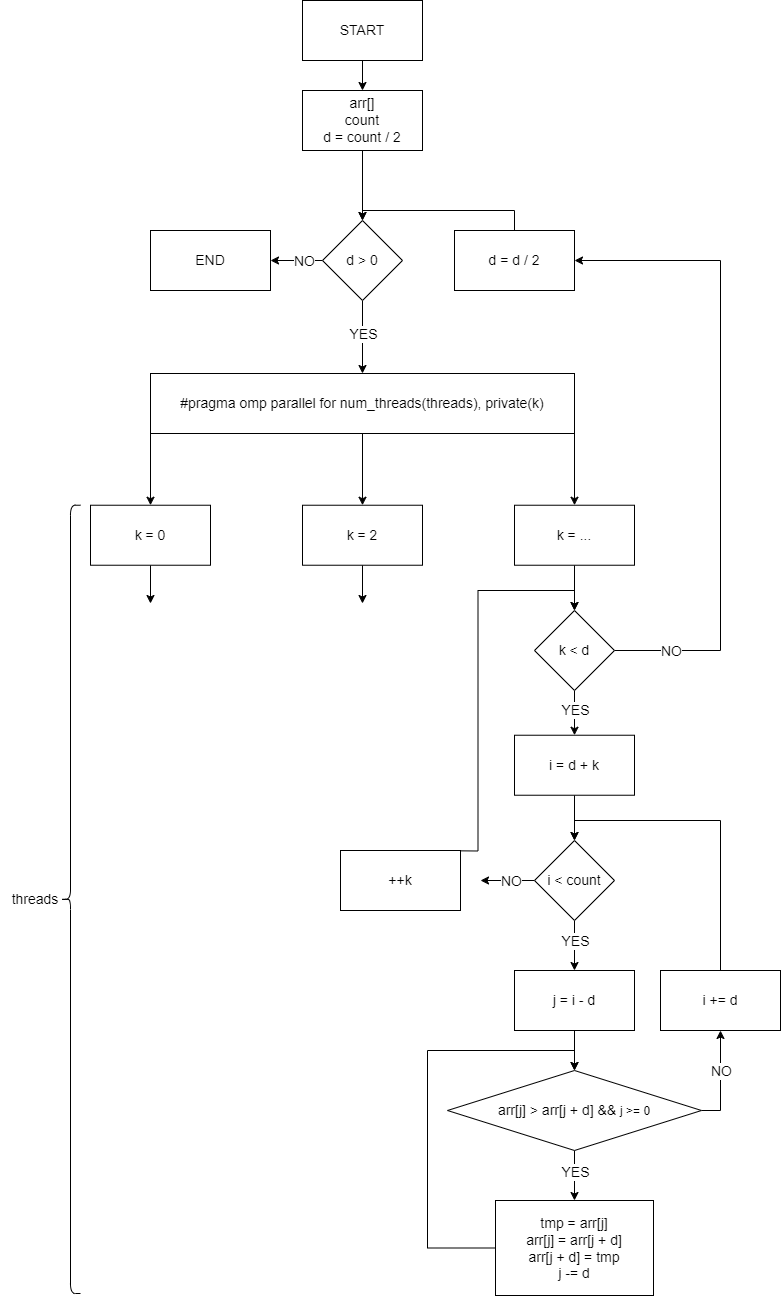
Before: diagram/parallel.png, a diagram exported from draw.io (KATEHOK/par_prog-3). Source tidied: cells renumbered, new cells last; positions are measured from the earlier drawing's top-left corner, leaving out a move shared by most shapes.
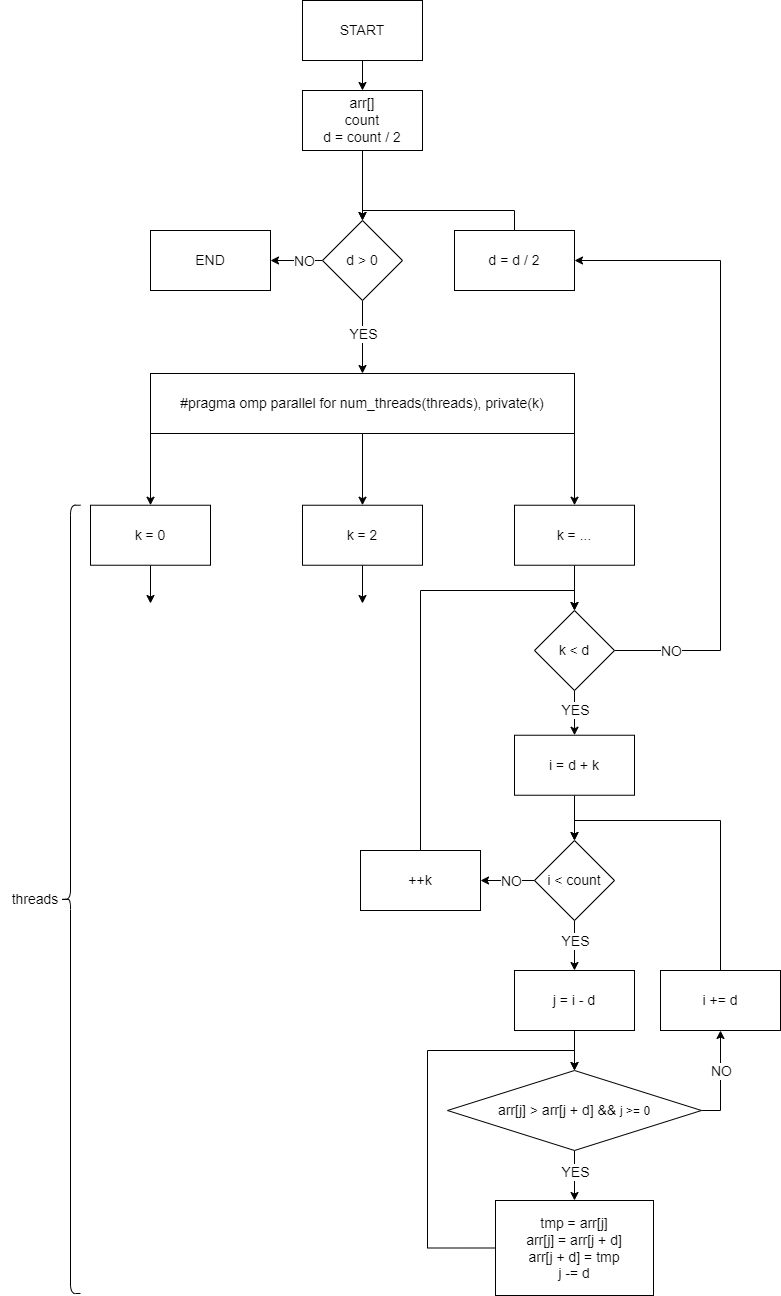
The same diagram one commit later.

The edit, as a diff of the source:
```diff
@@ -91,10 +91,8 @@
         <mxPoint x="3" as="offset" />
       </mxGeometry>
     </mxCell>
-    <mxCell id="25" style="edgeStyle=orthogonalEdgeStyle;rounded=0;jettySize=auto;html=1;entryX=1;entryY=0.5;entryDx=0;entryDy=0;exitX=0;exitY=0.5;exitDx=0;exitDy=0;" parent="1" edge="1" source="27">
-      <mxGeometry relative="1" as="geometry">
-        <mxPoint x="480" y="880" as="targetPoint" />
-      </mxGeometry>
+    <mxCell id="25" style="edgeStyle=orthogonalEdgeStyle;rounded=0;jettySize=auto;html=1;entryX=1;entryY=0.5;entryDx=0;entryDy=0;exitX=0;exitY=0.5;exitDx=0;exitDy=0;" parent="1" edge="1" source="27" target="40">
+      <mxGeometry relative="1" as="geometry" />
     </mxCell>
     <mxCell id="26" value="&lt;font style=&quot;font-size: 14px;&quot;&gt;NO&lt;/font&gt;" style="edgeLabel;html=1;align=center;verticalAlign=middle;" parent="25" vertex="1">
       <mxGeometry x="-0.61" relative="1" as="geometry">
@@ -149,10 +147,14 @@
     <mxCell id="39" style="edgeStyle=orthogonalEdgeStyle;rounded=0;jettySize=auto;html=1;exitX=0.5;exitY=0;exitDx=0;exitDy=0;entryX=0.5;entryY=0;entryDx=0;entryDy=0;" parent="1" edge="1" target="38">
       <mxGeometry relative="1" as="geometry">
         <mxPoint x="420" y="850" as="sourcePoint" />
+        <Array as="points">
+          <mxPoint x="420" y="590" />
+          <mxPoint x="574" y="590" />
+        </Array>
       </mxGeometry>
     </mxCell>
     <mxCell id="40" value="&lt;font style=&quot;font-size: 14px;&quot;&gt;++k&lt;/font&gt;" style="rounded=0;whiteSpace=wrap;html=1;" parent="1" vertex="1">
-      <mxGeometry x="340" y="850" width="120" height="60" as="geometry" />
+      <mxGeometry x="360" y="850" width="120" height="60" as="geometry" />
     </mxCell>
     <mxCell id="41" style="edgeStyle=orthogonalEdgeStyle;rounded=0;jettySize=auto;html=1;exitX=1;exitY=1;exitDx=0;exitDy=0;entryX=0.5;entryY=0;entryDx=0;entryDy=0;" parent="1" edge="1" source="44" target="33">
       <mxGeometry relative="1" as="geometry" />
```
